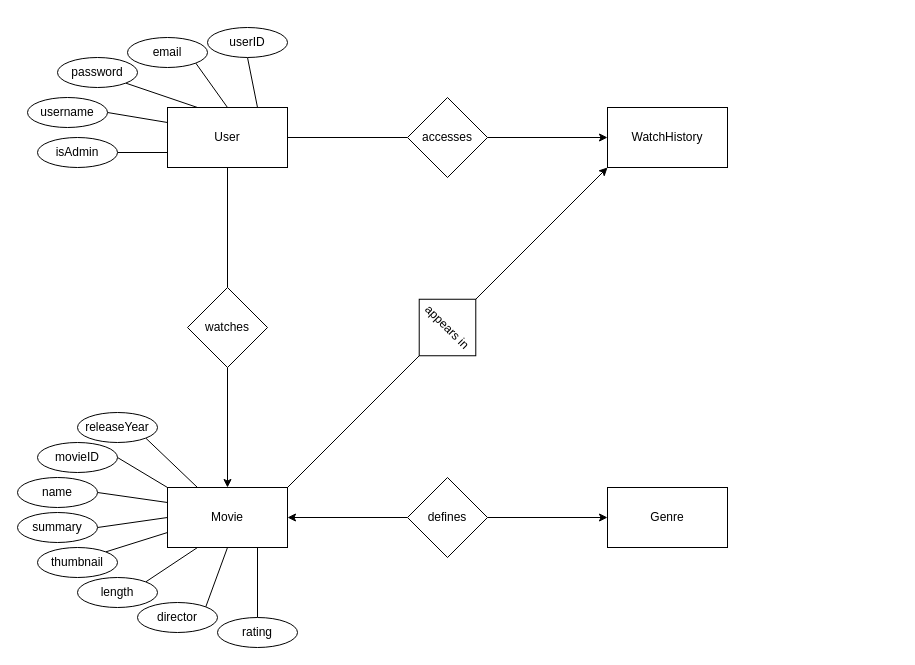
This is doc/fraudflix_er.drawio from KhangMBui/fraud-flix, a draw.io file, before an edit. Source tidied: cells renumbered, new cells numbered last; positions are measured from the earlier drawing's top-left corner, leaving out a move shared by most shapes. Both pictures are drawn from the tidied source at 100%, with x=0, y=0 at pixel (17, 27).
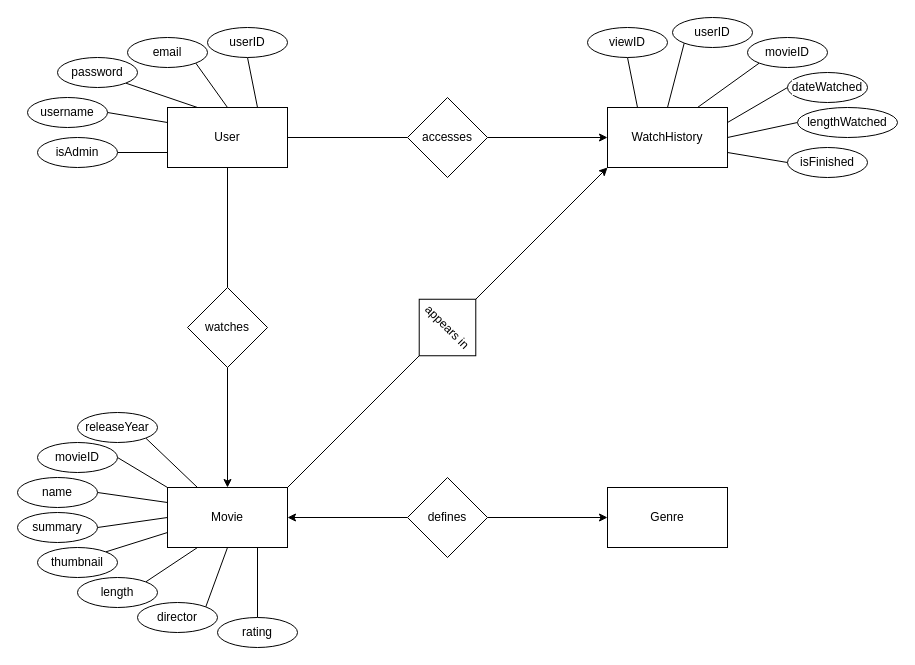
The same page after the edit.

Commit message:
Added attributes for WatchHistory table

The change refers to these unchanged cells:
```xml
<mxCell id="20" value="WatchHistory" style="rounded=0;whiteSpace=wrap;html=1;" parent="1" vertex="1">
  <mxGeometry x="590" y="80" width="120" height="60" as="geometry" />
</mxCell>
```

What changed in the source:
```diff
@@
+    <mxCell id="44" style="edgeStyle=none;shape=connector;rounded=0;jettySize=auto;html=1;exitX=0.25;exitY=0;exitDx=0;exitDy=0;entryX=0.5;entryY=1;entryDx=0;entryDy=0;strokeColor=default;align=center;verticalAlign=middle;fontFamily=Helvetica;fontSize=11;fontColor=default;labelBackgroundColor=default;startFill=0;endArrow=none;" parent="1" edge="1" source="20" target="50">
+      <mxGeometry relative="1" as="geometry" />
+    </mxCell>
+    <mxCell id="45" style="edgeStyle=none;shape=connector;rounded=0;jettySize=auto;html=1;exitX=0.5;exitY=0;exitDx=0;exitDy=0;entryX=0;entryY=1;entryDx=0;entryDy=0;strokeColor=default;align=center;verticalAlign=middle;fontFamily=Helvetica;fontSize=11;fontColor=default;labelBackgroundColor=default;startFill=0;endArrow=none;" parent="1" edge="1" source="20" target="51">
+      <mxGeometry relative="1" as="geometry" />
+    </mxCell>
+    <mxCell id="46" style="edgeStyle=none;shape=connector;rounded=0;jettySize=auto;html=1;exitX=0.75;exitY=0;exitDx=0;exitDy=0;entryX=0;entryY=1;entryDx=0;entryDy=0;strokeColor=default;align=center;verticalAlign=middle;fontFamily=Helvetica;fontSize=11;fontColor=default;labelBackgroundColor=default;startFill=0;endArrow=none;" parent="1" edge="1" source="20" target="52">
+      <mxGeometry relative="1" as="geometry" />
+    </mxCell>
+    <mxCell id="47" style="edgeStyle=none;shape=connector;rounded=0;jettySize=auto;html=1;exitX=1;exitY=0.25;exitDx=0;exitDy=0;entryX=0;entryY=0.5;entryDx=0;entryDy=0;strokeColor=default;align=center;verticalAlign=middle;fontFamily=Helvetica;fontSize=11;fontColor=default;labelBackgroundColor=default;startFill=0;endArrow=none;" parent="1" edge="1" source="20" target="53">
+      <mxGeometry relative="1" as="geometry" />
+    </mxCell>
+    <mxCell id="48" style="edgeStyle=none;shape=connector;rounded=0;jettySize=auto;html=1;exitX=1;exitY=0.5;exitDx=0;exitDy=0;entryX=0;entryY=0.5;entryDx=0;entryDy=0;strokeColor=default;align=center;verticalAlign=middle;fontFamily=Helvetica;fontSize=11;fontColor=default;labelBackgroundColor=default;startFill=0;endArrow=none;" parent="1" edge="1" source="20" target="54">
+      <mxGeometry relative="1" as="geometry" />
+    </mxCell>
+    <mxCell id="49" style="edgeStyle=none;shape=connector;rounded=0;jettySize=auto;html=1;exitX=1;exitY=0.75;exitDx=0;exitDy=0;entryX=0;entryY=0.5;entryDx=0;entryDy=0;strokeColor=default;align=center;verticalAlign=middle;fontFamily=Helvetica;fontSize=11;fontColor=default;labelBackgroundColor=default;startFill=0;endArrow=none;" parent="1" edge="1" source="20" target="55">
+      <mxGeometry relative="1" as="geometry" />
+    </mxCell>
@@
+    <mxCell id="50" value="viewID" style="ellipse;whiteSpace=wrap;html=1;strokeColor=default;align=center;verticalAlign=middle;fontFamily=Helvetica;fontSize=12;fontColor=default;fillColor=default;labelBackgroundColor=default;" parent="1" vertex="1">
+      <mxGeometry x="570" width="80" height="30" as="geometry" />
+    </mxCell>
+    <mxCell id="51" value="userID" style="ellipse;whiteSpace=wrap;html=1;strokeColor=default;align=center;verticalAlign=middle;fontFamily=Helvetica;fontSize=12;fontColor=default;fillColor=default;labelBackgroundColor=default;" parent="1" vertex="1">
+      <mxGeometry x="655" y="-10" width="80" height="30" as="geometry" />
+    </mxCell>
+    <mxCell id="52" value="movieID" style="ellipse;whiteSpace=wrap;html=1;strokeColor=default;align=center;verticalAlign=middle;fontFamily=Helvetica;fontSize=12;fontColor=default;fillColor=default;labelBackgroundColor=default;" parent="1" vertex="1">
+      <mxGeometry x="730" y="10" width="80" height="30" as="geometry" />
+    </mxCell>
+    <mxCell id="53" value="dateWatched" style="ellipse;whiteSpace=wrap;html=1;strokeColor=default;align=center;verticalAlign=middle;fontFamily=Helvetica;fontSize=12;fontColor=default;fillColor=default;labelBackgroundColor=default;" parent="1" vertex="1">
+      <mxGeometry x="770" y="45" width="80" height="30" as="geometry" />
+    </mxCell>
+    <mxCell id="54" value="lengthWatched" style="ellipse;whiteSpace=wrap;html=1;strokeColor=default;align=center;verticalAlign=middle;fontFamily=Helvetica;fontSize=12;fontColor=default;fillColor=default;labelBackgroundColor=default;" parent="1" vertex="1">
+      <mxGeometry x="780" y="80" width="100" height="30" as="geometry" />
+    </mxCell>
+    <mxCell id="55" value="isFinished" style="ellipse;whiteSpace=wrap;html=1;strokeColor=default;align=center;verticalAlign=middle;fontFamily=Helvetica;fontSize=12;fontColor=default;fillColor=default;labelBackgroundColor=default;" parent="1" vertex="1">
+      <mxGeometry x="770" y="120" width="80" height="30" as="geometry" />
+    </mxCell>
```
